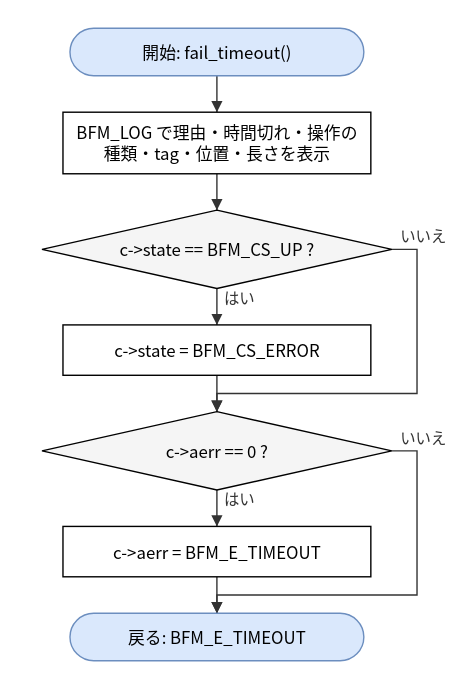
The draw.io diagram doc/spec/images/flow_src_bfm_async-fail_timeout.drawio.svg in hf355051012-ai/bfmem, before a commit. Source tidied: cells renumbered, new cells last; positions are measured from the earlier drawing's top-left corner, leaving out a move shared by most shapes.
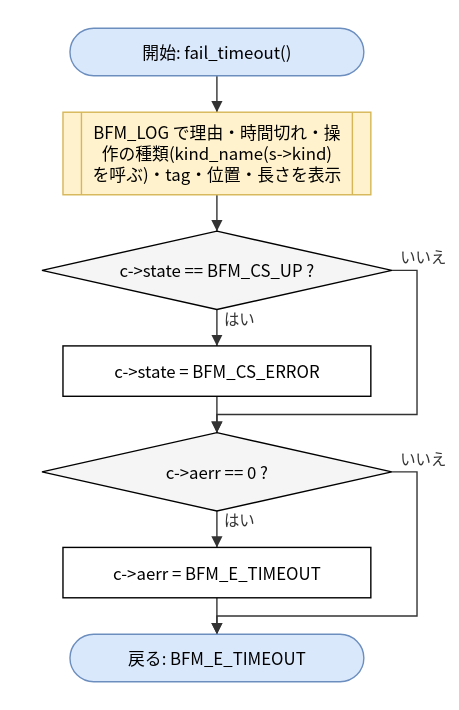
Above is the later version.

Diff of the diagram source:
```diff
@@ -3,10 +3,10 @@
     <mxCell id="0" />
     <mxCell id="1" parent="0" />
     <mxCell id="2" value="開始: fail_timeout()" style="rounded=1;arcSize=50;whiteSpace=wrap;html=1;fillColor=#dae8fc;strokeColor=#6c8ebf;" parent="1" vertex="1">
-      <mxGeometry x="20" width="210" height="34" as="geometry" />
+      <mxGeometry x="20" y="-15" width="210" height="34" as="geometry" />
     </mxCell>
-    <mxCell id="3" value="BFM_LOG で理由・時間切れ・操作の&lt;br&gt;種類・tag・位置・長さを表示" style="rounded=0;whiteSpace=wrap;html=1;" parent="1" vertex="1">
-      <mxGeometry x="15" y="60" width="220" height="44" as="geometry" />
+    <mxCell id="3" value="BFM_LOG で理由・時間切れ・操&lt;br&gt;作の種類(kind_name(s-&amp;gt;kind)&lt;br&gt;を呼ぶ)・tag・位置・長さを表示" style="shape=process;whiteSpace=wrap;html=1;backgroundOutline=1;size=0.06;fillColor=#fff2cc;strokeColor=#d6b656;" parent="1" vertex="1">
+      <mxGeometry x="15" y="45" width="220" height="59" as="geometry" />
     </mxCell>
     <mxCell id="4" value="c-&amp;gt;state == BFM_CS_UP ?" style="rhombus;whiteSpace=wrap;html=1;fillColor=#f5f5f5;" parent="1" vertex="1">
       <mxGeometry y="130" width="250" height="56" as="geometry" />
```
